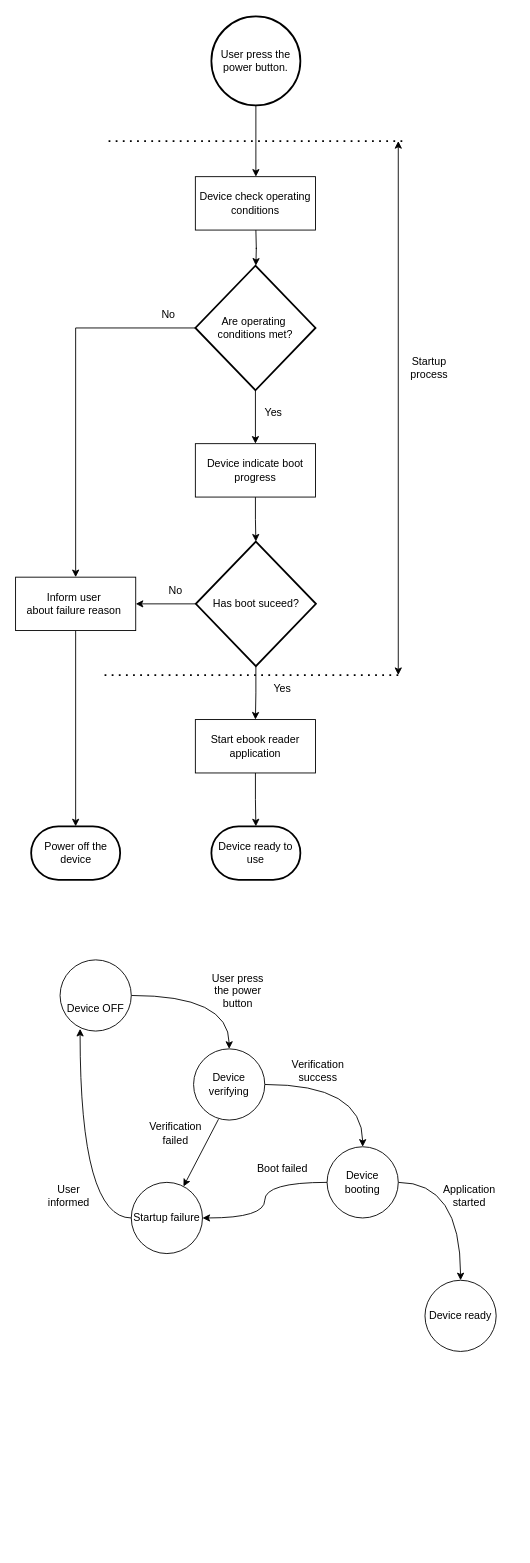
Above: page "UC-001" (1 of 5) of docs/design/assets/01_concept_of_operations.drawio in KubaTaba1uga/open_source_ebook_reader (draw.io), before the change. Source tidied: cells renumbered, new cells numbered last; positions are measured from the earlier drawing's top-left corner, leaving out a move shared by most shapes. Both pictures are drawn from the tidied source at 89%, with x=0, y=0 at pixel (15, 16).
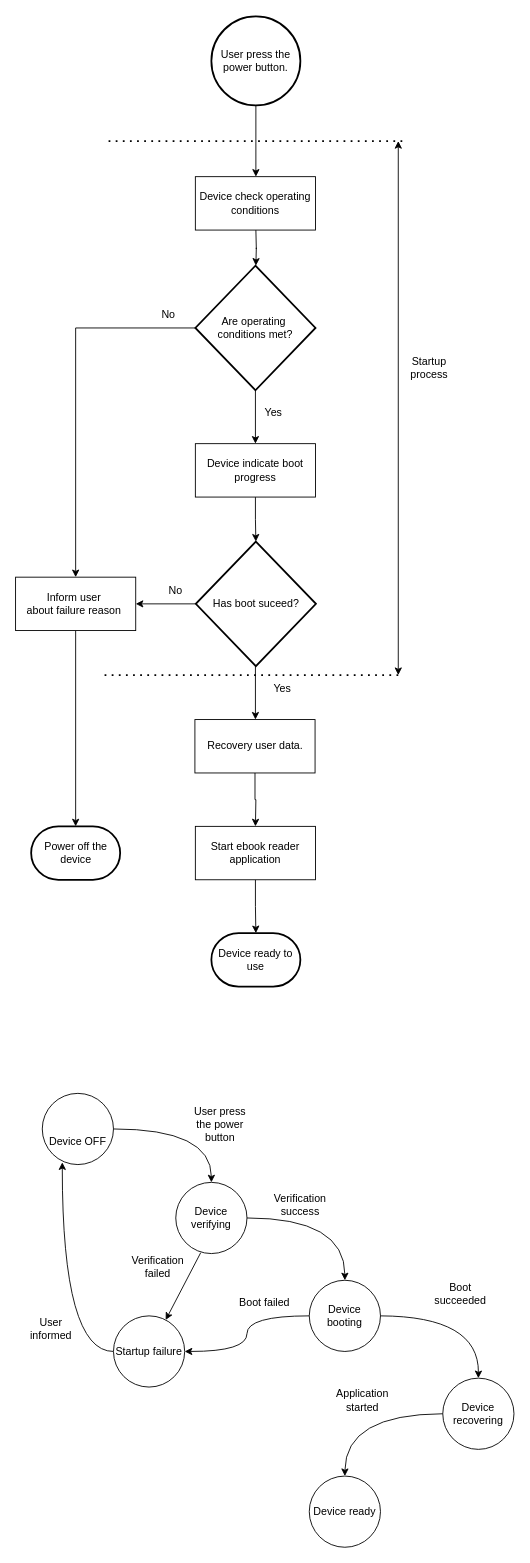
After the change.

Unchanged cells that the change refers to:
```xml
<mxCell id="15" value="Has boot suceed?" style="strokeWidth=2;html=1;shape=mxgraph.flowchart.decision;whiteSpace=wrap;" parent="1" vertex="1">
  <mxGeometry x="202.5" y="590" width="135" height="140" as="geometry" />
</mxCell>
```

Change to the diagram source:
```diff
@@
-    <mxCell id="14" style="edgeStyle=orthogonalEdgeStyle;rounded=0;jettySize=auto;html=1;" parent="1" edge="1" source="15" target="18">
-      <mxGeometry relative="1" as="geometry" />
+    <mxCell id="14" style="edgeStyle=orthogonalEdgeStyle;rounded=0;jettySize=auto;html=1;" parent="1" edge="1" source="15">
+      <mxGeometry relative="1" as="geometry">
+        <mxPoint x="269.5" y="790" as="targetPoint" />
+      </mxGeometry>
     </mxCell>
@@
-    <mxCell id="17" style="edgeStyle=orthogonalEdgeStyle;rounded=0;jettySize=auto;html=1;" parent="1" edge="1" source="18" target="19">
-      <mxGeometry relative="1" as="geometry" />
-    </mxCell>
-    <mxCell id="18" value="Start ebook reader application" style="html=1;whiteSpace=wrap;" parent="1" vertex="1">
-      <mxGeometry x="202" y="790" width="135" height="60" as="geometry" />
-    </mxCell>
-    <mxCell id="19" value="Device ready to use" style="strokeWidth=2;html=1;shape=mxgraph.flowchart.terminator;whiteSpace=wrap;" parent="1" vertex="1">
-      <mxGeometry x="220" y="910" width="100" height="60" as="geometry" />
-    </mxCell>
@@
     <mxCell id="22" value="&lt;div&gt;&lt;br&gt;&lt;/div&gt;&lt;div&gt;&lt;br&gt;&lt;/div&gt;&lt;div&gt;Device OFF&lt;/div&gt;" style="ellipse;whiteSpace=wrap;html=1;shapeInside=1;" parent="1" vertex="1">
-      <mxGeometry x="50" y="1060" width="80" height="80" as="geometry" />
+      <mxGeometry x="30" y="1210" width="80" height="80" as="geometry" />
     </mxCell>
@@
     <mxCell id="24" value="Device verifying" style="ellipse;whiteSpace=wrap;html=1;shapeInside=1;" parent="1" vertex="1">
-      <mxGeometry x="200" y="1160" width="80" height="80" as="geometry" />
+      <mxGeometry x="180" y="1310" width="80" height="80" as="geometry" />
     </mxCell>
@@
-    <mxCell id="26" style="edgeStyle=orthogonalEdgeStyle;rounded=0;jettySize=auto;html=1;entryX=0.5;entryY=0;entryDx=0;entryDy=0;curved=1;" parent="1" edge="1" source="27" target="33">
-      <mxGeometry relative="1" as="geometry" />
-    </mxCell>
     <mxCell id="27" value="&lt;span style=&quot;background-color: transparent; color: light-dark(rgb(0, 0, 0), rgb(255, 255, 255));&quot;&gt;Device booting&lt;/span&gt;" style="ellipse;whiteSpace=wrap;html=1;shapeInside=1;" parent="1" vertex="1">
-      <mxGeometry x="350" y="1270" width="80" height="80" as="geometry" />
+      <mxGeometry x="330" y="1420" width="80" height="80" as="geometry" />
     </mxCell>
     <mxCell id="28" value="Boot failed" style="text;html=1;whiteSpace=wrap;strokeColor=none;fillColor=none;align=center;verticalAlign=middle;rounded=0;" parent="1" vertex="1">
-      <mxGeometry x="270" y="1280" width="60" height="30" as="geometry" />
+      <mxGeometry x="250" y="1430" width="60" height="30" as="geometry" />
     </mxCell>
     <mxCell id="29" value="User press the power button" style="text;html=1;whiteSpace=wrap;strokeColor=none;fillColor=none;align=center;verticalAlign=middle;rounded=0;" parent="1" vertex="1">
-      <mxGeometry x="210" y="1070" width="80" height="50" as="geometry" />
+      <mxGeometry x="190" y="1220" width="80" height="50" as="geometry" />
     </mxCell>
     <mxCell id="30" style="edgeStyle=orthogonalEdgeStyle;rounded=0;jettySize=auto;html=1;entryX=0.281;entryY=0.969;entryDx=0;entryDy=0;entryPerimeter=0;curved=1;" parent="1" edge="1" source="31" target="22">
       <mxGeometry relative="1" as="geometry">
         <Array as="points">
-          <mxPoint x="72.5" y="1350" />
+          <mxPoint x="52.5" y="1500" />
         </Array>
       </mxGeometry>
     </mxCell>
     <mxCell id="31" value="Startup failure" style="ellipse;whiteSpace=wrap;html=1;shapeInside=1;" parent="1" vertex="1">
-      <mxGeometry x="130" y="1310" width="80" height="80" as="geometry" />
+      <mxGeometry x="110" y="1460" width="80" height="80" as="geometry" />
     </mxCell>
     <mxCell id="32" value="Verification failed" style="text;html=1;whiteSpace=wrap;strokeColor=none;fillColor=none;align=center;verticalAlign=middle;rounded=0;" parent="1" vertex="1">
-      <mxGeometry x="150" y="1240" width="60" height="30" as="geometry" />
+      <mxGeometry x="130" y="1390" width="60" height="30" as="geometry" />
     </mxCell>
-    <mxCell id="33" value="Device ready" style="ellipse;whiteSpace=wrap;html=1;shapeInside=1;" parent="1" vertex="1">
-      <mxGeometry x="460" y="1420" width="80" height="80" as="geometry" />
+    <mxCell id="33" value="Device recovering" style="ellipse;whiteSpace=wrap;html=1;shapeInside=1;" parent="1" vertex="1">
+      <mxGeometry x="480" y="1530" width="80" height="80" as="geometry" />
     </mxCell>
-    <mxCell id="34" value="Application&lt;div&gt;started&lt;/div&gt;" style="text;html=1;whiteSpace=wrap;strokeColor=none;fillColor=none;align=center;verticalAlign=middle;rounded=0;" parent="1" vertex="1">
-      <mxGeometry x="480" y="1310" width="60" height="30" as="geometry" />
+    <mxCell id="34" value="Boot succeeded" style="text;html=1;whiteSpace=wrap;strokeColor=none;fillColor=none;align=center;verticalAlign=middle;rounded=0;" parent="1" vertex="1">
+      <mxGeometry x="460" y="1420" width="80" height="30" as="geometry" />
     </mxCell>
     <mxCell id="35" value="User informed" style="text;html=1;whiteSpace=wrap;strokeColor=none;fillColor=none;align=center;verticalAlign=middle;rounded=0;" parent="1" vertex="1">
-      <mxGeometry x="30" y="1310" width="60" height="30" as="geometry" />
+      <mxGeometry x="10" y="1460" width="60" height="30" as="geometry" />
     </mxCell>
@@
     <mxCell id="44" value="Verification success" style="text;html=1;whiteSpace=wrap;strokeColor=none;fillColor=none;align=center;verticalAlign=middle;rounded=0;" parent="1" vertex="1">
-      <mxGeometry x="310" y="1170" width="60" height="30" as="geometry" />
+      <mxGeometry x="290" y="1320" width="60" height="30" as="geometry" />
     </mxCell>
+    <mxCell id="45" value="Device ready" style="ellipse;whiteSpace=wrap;html=1;shapeInside=1;" parent="1" vertex="1">
+      <mxGeometry x="330" y="1640" width="80" height="80" as="geometry" />
+    </mxCell>
+    <mxCell id="46" style="edgeStyle=orthogonalEdgeStyle;rounded=0;jettySize=auto;html=1;" parent="1" edge="1" source="47">
+      <mxGeometry relative="1" as="geometry">
+        <mxPoint x="269.5" y="910" as="targetPoint" />
+      </mxGeometry>
+    </mxCell>
+    <mxCell id="47" value="Recovery user data." style="html=1;whiteSpace=wrap;" parent="1" vertex="1">
+      <mxGeometry x="201.5" y="790" width="135" height="60" as="geometry" />
+    </mxCell>
+    <mxCell id="17" style="edgeStyle=orthogonalEdgeStyle;rounded=0;jettySize=auto;html=1;" parent="1" edge="1" source="18" target="19">
+      <mxGeometry relative="1" as="geometry" />
+    </mxCell>
+    <mxCell id="18" value="Start ebook reader application" style="html=1;whiteSpace=wrap;" parent="1" vertex="1">
+      <mxGeometry x="202" y="910" width="135" height="60" as="geometry" />
+    </mxCell>
+    <mxCell id="19" value="Device ready to use" style="strokeWidth=2;html=1;shape=mxgraph.flowchart.terminator;whiteSpace=wrap;" parent="1" vertex="1">
+      <mxGeometry x="220" y="1030" width="100" height="60" as="geometry" />
+    </mxCell>
+    <mxCell id="48" style="edgeStyle=orthogonalEdgeStyle;rounded=0;orthogonalLoop=1;jettySize=auto;html=1;entryX=0.5;entryY=0;entryDx=0;entryDy=0;curved=1;" parent="1" edge="1">
+      <mxGeometry relative="1" as="geometry">
+        <mxPoint x="480" y="1570" as="sourcePoint" />
+        <mxPoint x="370" y="1640" as="targetPoint" />
+      </mxGeometry>
+    </mxCell>
+    <mxCell id="49" style="edgeStyle=orthogonalEdgeStyle;rounded=0;orthogonalLoop=1;jettySize=auto;html=1;entryX=0.5;entryY=0;entryDx=0;entryDy=0;curved=1;" parent="1" edge="1">
+      <mxGeometry relative="1" as="geometry">
+        <mxPoint x="410" y="1460" as="sourcePoint" />
+        <mxPoint x="520" y="1530" as="targetPoint" />
+      </mxGeometry>
+    </mxCell>
+    <mxCell id="50" value="Application started" style="text;html=1;whiteSpace=wrap;strokeColor=none;fillColor=none;align=center;verticalAlign=middle;rounded=0;" parent="1" vertex="1">
+      <mxGeometry x="350" y="1540" width="80" height="30" as="geometry" />
+    </mxCell>
```
